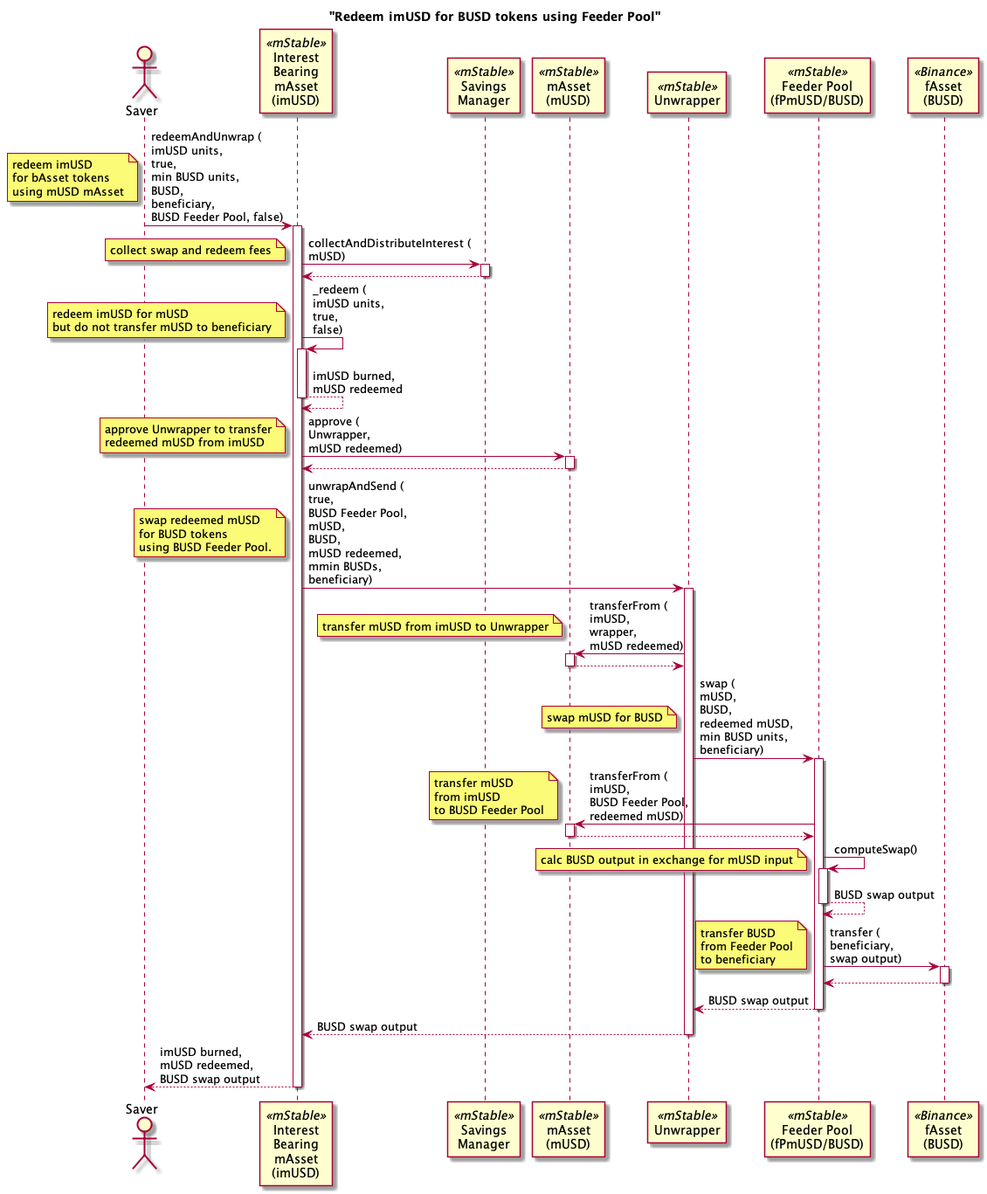
This is unwrapper/imusd_busd.png from mstable/mStable-process-docs, a PlantUML export, as it was before one commit.
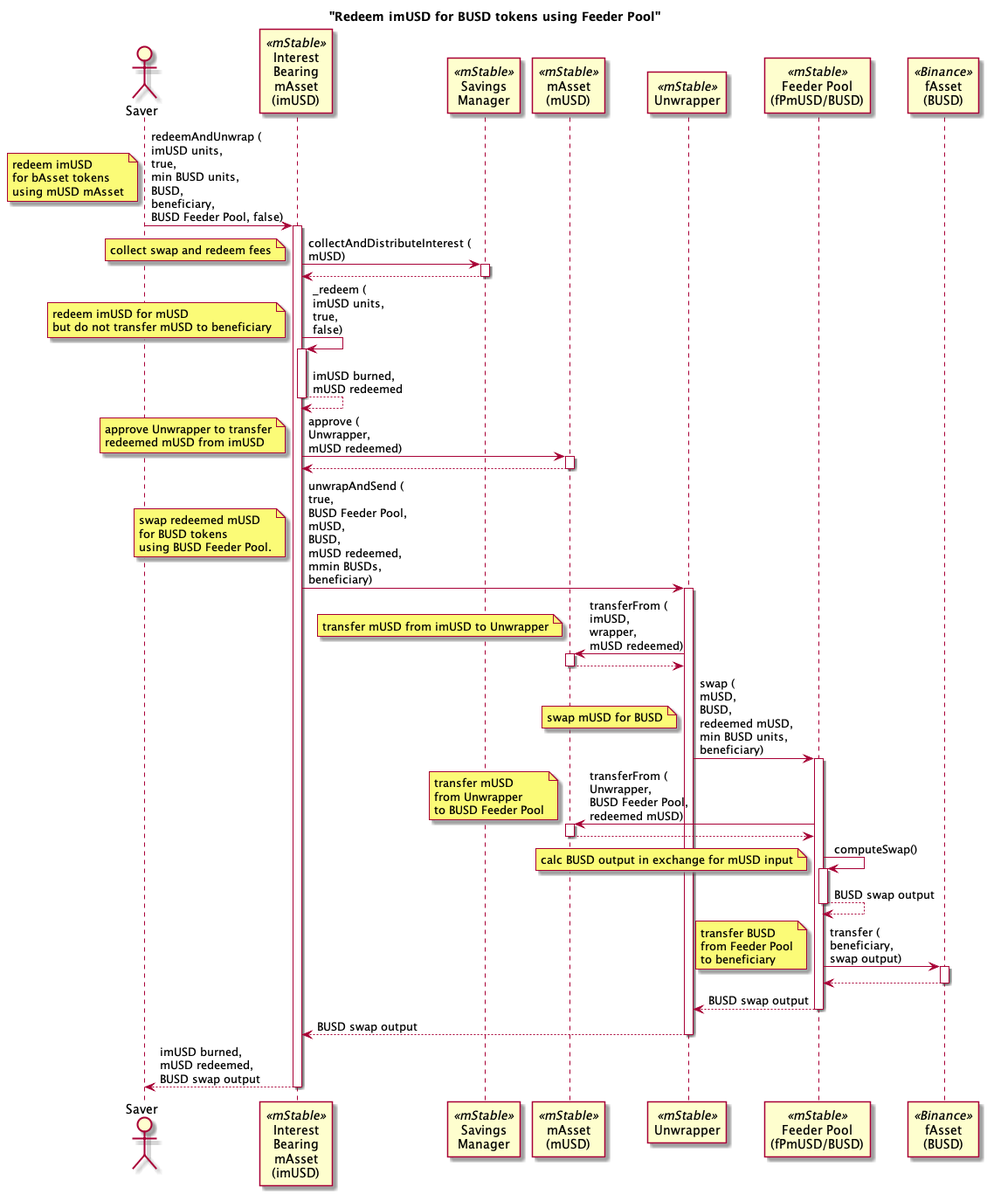
Later version of the same file.

Commit message:
fix: Unwrapper sequence diagrams

Diff of the diagram source:
```diff
@@ -40,9 +40,9 @@
 wrapper -> fp : swap (\nmUSD,\nBUSD,\nredeemed mUSD,\nmin BUSD units,\nbeneficiary)
 activate fp
 note left: swap mUSD for BUSD
-fp -> musd : transferFrom (\nimUSD,\nBUSD Feeder Pool,\nredeemed mUSD)
+fp -> musd : transferFrom (\nUnwrapper,\nBUSD Feeder Pool,\nredeemed mUSD)
 activate musd
-note left: transfer mUSD\nfrom imUSD\nto BUSD Feeder Pool
+note left: transfer mUSD\nfrom Unwrapper\nto BUSD Feeder Pool
 return
 
 fp -> fp : computeSwap()
```
